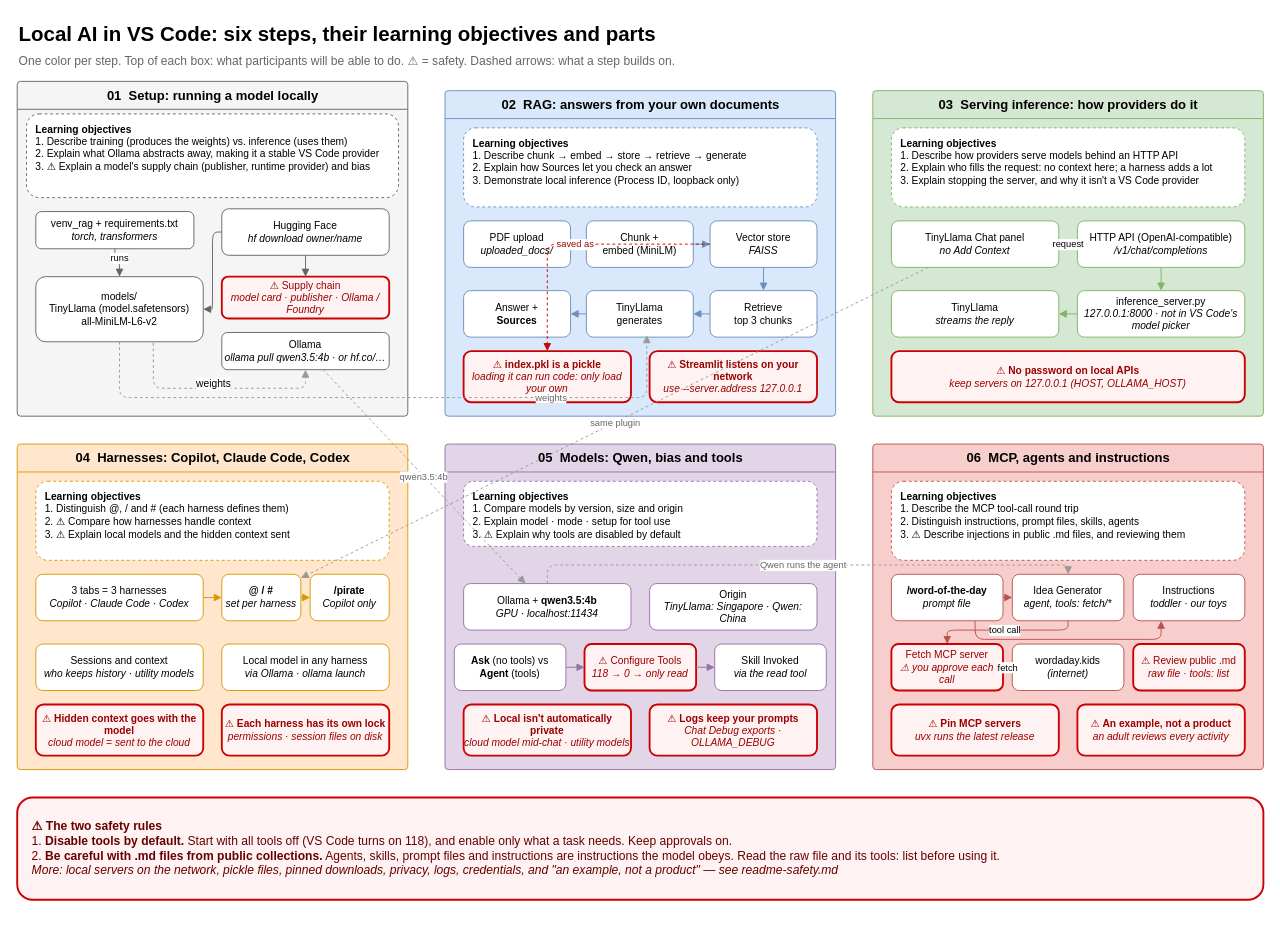
This is docs/learning-steps.drawio from sprintup/rag, a draw.io file, before an edit. Source tidied: cells renumbered, new cells numbered last; positions are measured from the earlier drawing's top-left corner, leaving out a move shared by most shapes. Both pictures are drawn from the tidied source at 93%, with x=0, y=0 at pixel (17, 16).
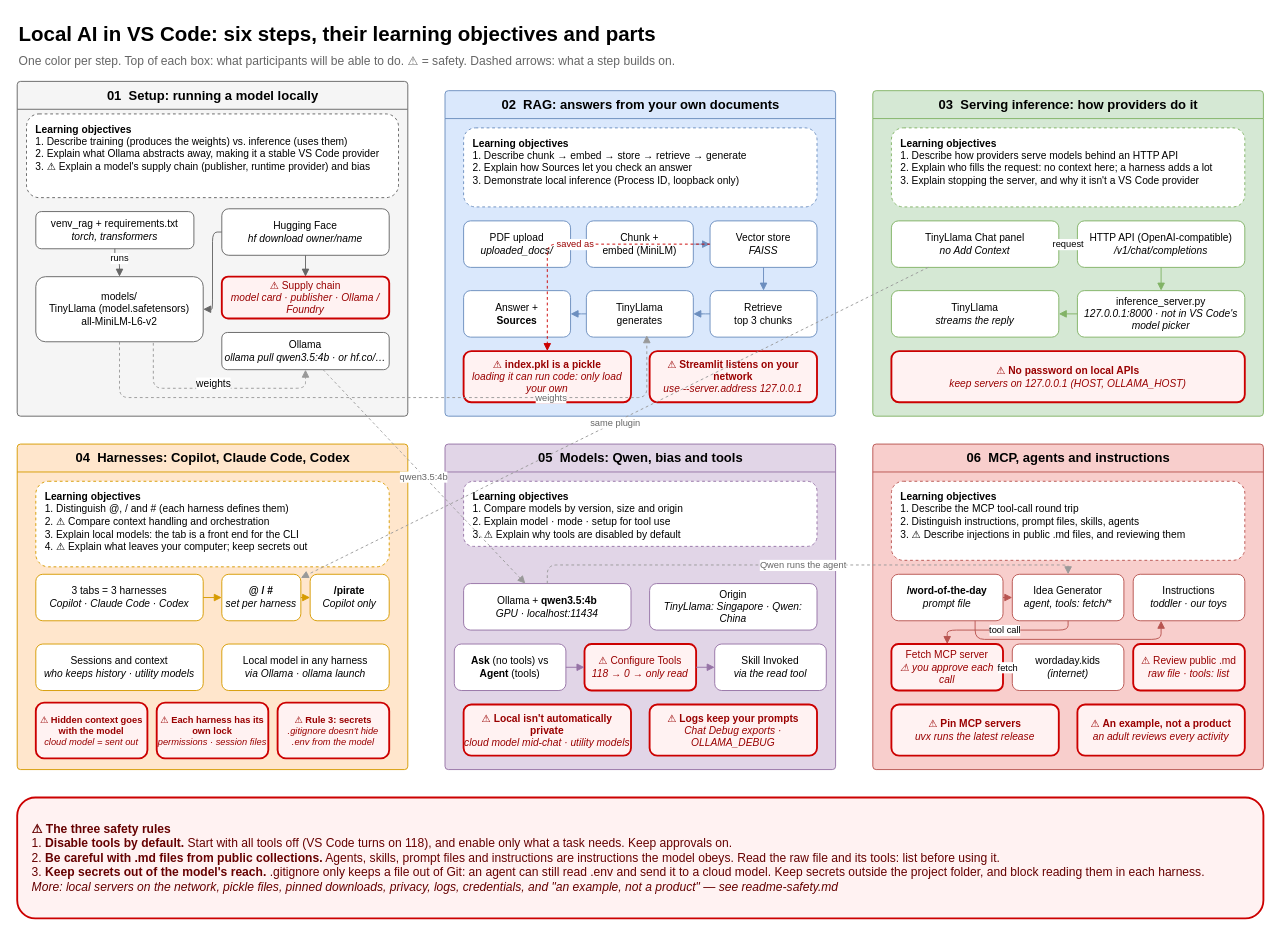
The same page after the edit.

Unchanged cells that the change refers to:
```xml
<mxCell id="42" value="&lt;b&gt;04&lt;/b&gt;&amp;nbsp; Harnesses: Copilot, Claude Code, Codex" style="swimlane;html=1;startSize=30;fontSize=14;rounded=1;arcSize=4;fillColor=#ffe6cc;strokeColor=#d79b00;swimlaneFillColor=#ffe6cc;" parent="1" vertex="1">
  <mxGeometry y="460" width="420" height="350" as="geometry" />
</mxCell>
```

What changed in the source:
```diff
@@
-    <mxCell id="43" value="&lt;b&gt;Learning objectives&lt;/b&gt;&lt;br&gt;1. Distinguish @, / and # (each harness defines them)&lt;br&gt;2. ⚠ Compare how harnesses handle context&lt;br&gt;3. ⚠ Explain local models and the hidden context sent" style="rounded=1;whiteSpace=wrap;html=1;fontSize=11;align=left;verticalAlign=top;spacingLeft=8;spacingTop=4;fillColor=#ffffff;strokeColor=#d79b00;dashed=1;" parent="42" vertex="1">
-      <mxGeometry x="20" y="40" width="380" height="85" as="geometry" />
+    <mxCell id="43" value="&lt;b&gt;Learning objectives&lt;/b&gt;&lt;br&gt;1. Distinguish @, / and # (each harness defines them)&lt;br&gt;2. ⚠ Compare context handling and orchestration&lt;br&gt;3. Explain local models: the tab is a front end for the CLI&lt;br&gt;4. ⚠ Explain what leaves your computer; keep secrets out" style="rounded=1;whiteSpace=wrap;html=1;fontSize=11;align=left;verticalAlign=top;spacingLeft=8;spacingTop=4;fillColor=#ffffff;strokeColor=#d79b00;dashed=1;" parent="42" vertex="1">
+      <mxGeometry x="20" y="40" width="380" height="92" as="geometry" />
     </mxCell>
@@
-    <mxCell id="49" value="⚠ &lt;b&gt;Hidden context goes with the model&lt;/b&gt;&lt;br&gt;&lt;i&gt;cloud model = sent to the cloud&lt;/i&gt;" style="rounded=1;whiteSpace=wrap;html=1;fontSize=11;fillColor=#fff2f2;strokeColor=#cc0000;fontColor=#990000;strokeWidth=2;" parent="42" vertex="1">
-      <mxGeometry x="20" y="280" width="180" height="55" as="geometry" />
+    <mxCell id="49" value="⚠ &lt;b&gt;Hidden context goes with the model&lt;/b&gt;&lt;br&gt;&lt;i&gt;cloud model = sent out&lt;/i&gt;" style="rounded=1;whiteSpace=wrap;html=1;fontSize=10;fillColor=#fff2f2;strokeColor=#cc0000;fontColor=#990000;strokeWidth=2;" parent="42" vertex="1">
+      <mxGeometry x="20" y="278" width="120" height="60" as="geometry" />
     </mxCell>
-    <mxCell id="50" value="⚠ &lt;b&gt;Each harness has its own lock&lt;/b&gt;&lt;br&gt;&lt;i&gt;permissions · session files on disk&lt;/i&gt;" style="rounded=1;whiteSpace=wrap;html=1;fontSize=11;fillColor=#fff2f2;strokeColor=#cc0000;fontColor=#990000;strokeWidth=2;" parent="42" vertex="1">
-      <mxGeometry x="220" y="280" width="180" height="55" as="geometry" />
+    <mxCell id="50" value="⚠ &lt;b&gt;Each harness has its own lock&lt;/b&gt;&lt;br&gt;&lt;i&gt;permissions · session files&lt;/i&gt;" style="rounded=1;whiteSpace=wrap;html=1;fontSize=10;fillColor=#fff2f2;strokeColor=#cc0000;fontColor=#990000;strokeWidth=2;" parent="42" vertex="1">
+      <mxGeometry x="150" y="278" width="120" height="60" as="geometry" />
     </mxCell>
+    <mxCell id="83" value="⚠ &lt;b&gt;Rule 3: secrets&lt;/b&gt;&lt;br&gt;&lt;i&gt;.gitignore doesn't hide .env from the model&lt;/i&gt;" style="rounded=1;whiteSpace=wrap;html=1;fontSize=10;fillColor=#fff2f2;strokeColor=#cc0000;fontColor=#990000;strokeWidth=2;" parent="42" vertex="1">
+      <mxGeometry x="280" y="278" width="120" height="60" as="geometry" />
+    </mxCell>
@@
-    <mxCell id="82" value="&lt;b&gt;⚠ The two safety rules&lt;/b&gt;&lt;br&gt;1. &lt;b&gt;Disable tools by default.&lt;/b&gt; Start with all tools off (VS Code turns on 118), and enable only what a task needs. Keep approvals on.&lt;br&gt;2. &lt;b&gt;Be careful with .md files from public collections.&lt;/b&gt; Agents, skills, prompt files and instructions are instructions the model obeys. Read the raw file and its tools: list before using it.&lt;br&gt;&lt;i&gt;More: local servers on the network, pickle files, pinned downloads, privacy, logs, credentials, and &quot;an example, not a product&quot; — see readme-safety.md&lt;/i&gt;" style="rounded=1;whiteSpace=wrap;html=1;fontSize=13;align=left;verticalAlign=middle;spacingLeft=14;fillColor=#fff2f2;strokeColor=#cc0000;strokeWidth=2;fontColor=#660000;" parent="1" vertex="1">
-      <mxGeometry y="840" width="1340" height="110" as="geometry" />
+    <mxCell id="82" value="&lt;b&gt;⚠ The three safety rules&lt;/b&gt;&lt;br&gt;1. &lt;b&gt;Disable tools by default.&lt;/b&gt; Start with all tools off (VS Code turns on 118), and enable only what a task needs. Keep approvals on.&lt;br&gt;2. &lt;b&gt;Be careful with .md files from public collections.&lt;/b&gt; Agents, skills, prompt files and instructions are instructions the model obeys. Read the raw file and its tools: list before using it.&lt;br&gt;3. &lt;b&gt;Keep secrets out of the model's reach.&lt;/b&gt; .gitignore only keeps a file out of Git: an agent can still read .env and send it to a cloud model. Keep secrets outside the project folder, and block reading them in each harness.&lt;br&gt;&lt;i&gt;More: local servers on the network, pickle files, pinned downloads, privacy, logs, credentials, and &quot;an example, not a product&quot; — see readme-safety.md&lt;/i&gt;" style="rounded=1;whiteSpace=wrap;html=1;fontSize=13;align=left;verticalAlign=middle;spacingLeft=14;fillColor=#fff2f2;strokeColor=#cc0000;strokeWidth=2;fontColor=#660000;" parent="1" vertex="1">
+      <mxGeometry y="840" width="1340" height="130" as="geometry" />
     </mxCell>
```
